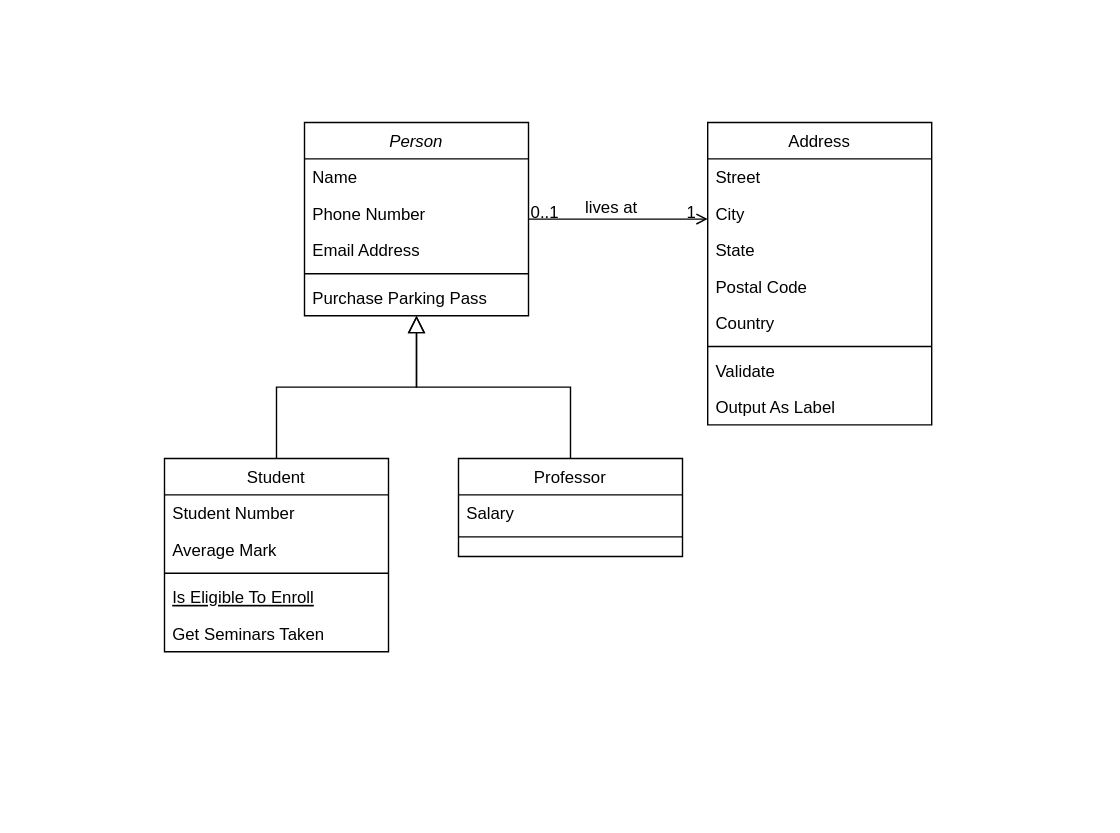
Before: Untitled Diagram.drawio in Matlhatse95kk/E-Commerce-Database-Design-Assignment, a draw.io diagram. Source tidied: cells renumbered, new cells numbered last; positions are measured from the earlier drawing's top-left corner, leaving out a move shared by most shapes. Both pictures are drawn from the tidied source at 140%, with x=0, y=0 at pixel (164, 122).
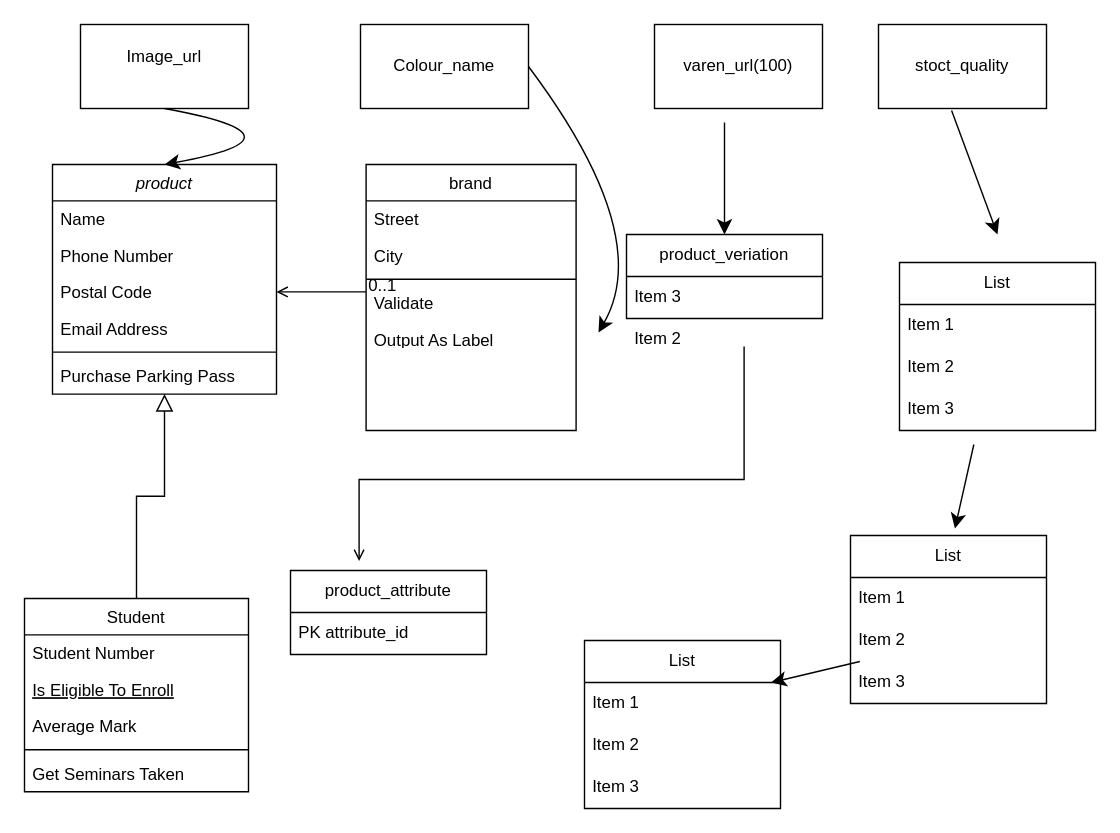
Above is the later version.

Diff of the diagram source:
```diff
@@
-    <mxCell id="2" value="Person" style="swimlane;fontStyle=2;align=center;verticalAlign=top;horizontal=1;startSize=26;rounded=0;shadow=0;strokeWidth=1;" parent="1" vertex="1">
-      <mxGeometry x="100" width="160" height="138" as="geometry" />
+    <mxCell id="2" value="product" style="swimlane;fontStyle=2;align=center;verticalAlign=top;horizontal=1;startSize=26;rounded=0;shadow=0;strokeWidth=1;" parent="1" vertex="1">
+      <mxGeometry x="-80" y="30" width="160" height="164" as="geometry" />
     </mxCell>
@@
+    <mxCell id="23" value="Postal Code" style="text;align=left;verticalAlign=top;spacingLeft=4;spacingRight=4;overflow=hidden;points=[[0,0.5],[1,0.5]];portConstraint=eastwest;rounded=0;shadow=0;html=0;" parent="2" vertex="1">
+      <mxGeometry y="78" width="160" height="26" as="geometry" />
+    </mxCell>
     <mxCell id="5" value="Email Address" style="text;align=left;verticalAlign=top;spacingLeft=4;spacingRight=4;overflow=hidden;rounded=0;shadow=0;html=0;" parent="2" vertex="1">
-      <mxGeometry y="78" width="160" height="26" as="geometry" />
+      <mxGeometry y="104" width="160" height="26" as="geometry" />
     </mxCell>
     <mxCell id="6" style="line;html=1;strokeWidth=1;align=left;verticalAlign=middle;spacingTop=-1;spacingLeft=3;spacingRight=3;labelPosition=right;" parent="2" vertex="1">
-      <mxGeometry y="104" width="160" height="8" as="geometry" />
+      <mxGeometry y="130" width="160" height="8" as="geometry" />
     </mxCell>
     <mxCell id="7" value="Purchase Parking Pass" style="text;align=left;verticalAlign=top;spacingLeft=4;spacingRight=4;overflow=hidden;" parent="2" vertex="1">
-      <mxGeometry y="112" width="160" height="26" as="geometry" />
+      <mxGeometry y="138" width="160" height="26" as="geometry" />
     </mxCell>
     <mxCell id="8" value="Student" style="swimlane;fontStyle=0;align=center;verticalAlign=top;horizontal=1;startSize=26;rounded=0;shadow=0;strokeWidth=1;" parent="1" vertex="1">
-      <mxGeometry y="240" width="160" height="138" as="geometry" />
+      <mxGeometry x="-100" y="340" width="160" height="138" as="geometry" />
     </mxCell>
@@
+    <mxCell id="12" value="Is Eligible To Enroll" style="text;align=left;verticalAlign=top;spacingLeft=4;spacingRight=4;overflow=hidden;fontStyle=4;" parent="8" vertex="1">
+      <mxGeometry y="52" width="160" height="26" as="geometry" />
+    </mxCell>
     <mxCell id="10" value="Average Mark" style="text;align=left;verticalAlign=top;spacingLeft=4;spacingRight=4;overflow=hidden;rounded=0;shadow=0;html=0;" parent="8" vertex="1">
-      <mxGeometry y="52" width="160" height="26" as="geometry" />
+      <mxGeometry y="78" width="160" height="26" as="geometry" />
     </mxCell>
     <mxCell id="11" style="line;html=1;strokeWidth=1;align=left;verticalAlign=middle;spacingTop=-1;spacingLeft=3;spacingRight=3;labelPosition=right;" parent="8" vertex="1">
-      <mxGeometry y="78" width="160" height="8" as="geometry" />
+      <mxGeometry y="104" width="160" height="8" as="geometry" />
     </mxCell>
-    <mxCell id="12" value="Is Eligible To Enroll" style="text;align=left;verticalAlign=top;spacingLeft=4;spacingRight=4;overflow=hidden;fontStyle=4;" parent="8" vertex="1">
-      <mxGeometry y="86" width="160" height="26" as="geometry" />
-    </mxCell>
@@
-    <mxCell id="15" value="Professor" style="swimlane;fontStyle=0;align=center;verticalAlign=top;horizontal=1;startSize=26;rounded=0;shadow=0;strokeWidth=1;" parent="1" vertex="1">
-      <mxGeometry x="210" y="240" width="160" height="70" as="geometry" />
-    </mxCell>
-    <mxCell id="16" value="Salary" style="text;align=left;verticalAlign=top;spacingLeft=4;spacingRight=4;overflow=hidden;" parent="15" vertex="1">
-      <mxGeometry y="26" width="160" height="26" as="geometry" />
-    </mxCell>
-    <mxCell id="17" style="line;html=1;strokeWidth=1;align=left;verticalAlign=middle;spacingTop=-1;spacingLeft=3;spacingRight=3;labelPosition=right;" parent="15" vertex="1">
-      <mxGeometry y="52" width="160" height="8" as="geometry" />
-    </mxCell>
-    <mxCell id="18" style="endArrow=block;endSize=10;endFill=0;shadow=0;strokeWidth=1;rounded=0;curved=0;edgeStyle=elbowEdgeStyle;elbow=vertical;" parent="1" edge="1" source="15" target="2">
-      <mxGeometry relative="1" as="geometry" />
-    </mxCell>
-    <mxCell id="19" value="Address" style="swimlane;fontStyle=0;align=center;verticalAlign=top;horizontal=1;startSize=26;rounded=0;shadow=0;strokeWidth=1;" parent="1" vertex="1">
-      <mxGeometry x="388" width="160" height="216" as="geometry" />
+    <mxCell id="19" value="brand" style="swimlane;fontStyle=0;align=center;verticalAlign=top;horizontal=1;startSize=26;rounded=0;shadow=0;strokeWidth=1;" parent="1" vertex="1">
+      <mxGeometry x="144" y="30" width="150" height="190" as="geometry" />
     </mxCell>
     <mxCell id="20" value="Street" style="text;align=left;verticalAlign=top;spacingLeft=4;spacingRight=4;overflow=hidden;" parent="19" vertex="1">
-      <mxGeometry y="26" width="160" height="26" as="geometry" />
+      <mxGeometry y="26" width="150" height="26" as="geometry" />
     </mxCell>
     <mxCell id="21" value="City" style="text;align=left;verticalAlign=top;spacingLeft=4;spacingRight=4;overflow=hidden;rounded=0;shadow=0;html=0;" parent="19" vertex="1">
-      <mxGeometry y="52" width="160" height="26" as="geometry" />
+      <mxGeometry y="52" width="150" height="26" as="geometry" />
     </mxCell>
-    <mxCell id="22" value="State" style="text;align=left;verticalAlign=top;spacingLeft=4;spacingRight=4;overflow=hidden;rounded=0;shadow=0;html=0;" parent="19" vertex="1">
-      <mxGeometry y="78" width="160" height="26" as="geometry" />
-    </mxCell>
-    <mxCell id="23" value="Postal Code" style="text;align=left;verticalAlign=top;spacingLeft=4;spacingRight=4;overflow=hidden;points=[[0,0.5],[1,0.5]];portConstraint=eastwest;rounded=0;shadow=0;html=0;" parent="19" vertex="1">
-      <mxGeometry y="104" width="160" height="26" as="geometry" />
-    </mxCell>
-    <mxCell id="24" value="Country" style="text;align=left;verticalAlign=top;spacingLeft=4;spacingRight=4;overflow=hidden;rounded=0;shadow=0;html=0;" parent="19" vertex="1">
-      <mxGeometry y="130" width="160" height="26" as="geometry" />
-    </mxCell>
     <mxCell id="25" style="line;html=1;strokeWidth=1;align=left;verticalAlign=middle;spacingTop=-1;spacingLeft=3;spacingRight=3;labelPosition=right;" parent="19" vertex="1">
-      <mxGeometry y="156" width="160" height="8" as="geometry" />
+      <mxGeometry y="78" width="150" height="8" as="geometry" />
     </mxCell>
     <mxCell id="26" value="Validate" style="text;align=left;verticalAlign=top;spacingLeft=4;spacingRight=4;overflow=hidden;" parent="19" vertex="1">
-      <mxGeometry y="164" width="160" height="26" as="geometry" />
+      <mxGeometry y="86" width="150" height="26" as="geometry" />
     </mxCell>
     <mxCell id="27" value="Output As Label" style="text;align=left;verticalAlign=top;spacingLeft=4;spacingRight=4;overflow=hidden;" parent="19" vertex="1">
-      <mxGeometry y="190" width="160" height="26" as="geometry" />
+      <mxGeometry y="112" width="150" height="14" as="geometry" />
     </mxCell>
-    <mxCell id="28" style="endArrow=open;shadow=0;strokeWidth=1;rounded=0;curved=0;endFill=1;edgeStyle=elbowEdgeStyle;elbow=vertical;" parent="1" edge="1" source="2" target="19">
+    <mxCell id="28" style="endArrow=open;shadow=0;strokeWidth=1;rounded=0;curved=0;endFill=1;edgeStyle=elbowEdgeStyle;elbow=vertical;entryX=0.369;entryY=0.063;entryDx=0;entryDy=0;entryPerimeter=0;" parent="1" edge="1">
       <mxGeometry x="0.5" y="41" relative="1" as="geometry">
+        <mxPoint x="414" y="160" as="sourcePoint" />
+        <mxPoint x="139" y="313.2" as="targetPoint" />
+        <Array as="points">
+          <mxPoint x="364" y="255" />
+        </Array>
         <mxPoint x="-40" y="32" as="offset" />
       </mxGeometry>
     </mxCell>
+    <mxCell id="32" style="edgeStyle=none;curved=1;rounded=0;jettySize=auto;html=1;fontSize=12;startSize=8;endSize=8;" parent="1" edge="1" source="57" target="43">
+      <mxGeometry relative="1" as="geometry" />
+    </mxCell>
+    <mxCell id="33" value="varen_url(100)" style="rounded=0;whiteSpace=wrap;html=1;" parent="1" vertex="1">
+      <mxGeometry x="350" y="-70" width="120" height="60" as="geometry" />
+    </mxCell>
+    <mxCell id="34" value="Colour_name" style="rounded=0;whiteSpace=wrap;html=1;" parent="1" vertex="1">
+      <mxGeometry x="140" y="-70" width="120" height="60" as="geometry" />
+    </mxCell>
+    <mxCell id="35" value="Image_url&lt;div&gt;&lt;br&gt;&lt;/div&gt;" style="rounded=0;whiteSpace=wrap;html=1;" parent="1" vertex="1">
+      <mxGeometry x="-60" y="-70" width="120" height="60" as="geometry" />
+    </mxCell>
+    <mxCell id="36" value="stoct_quality" style="whiteSpace=wrap;html=1;" parent="1" vertex="1">
+      <mxGeometry x="510" y="-70" width="120" height="60" as="geometry" />
+    </mxCell>
+    <mxCell id="37" style="edgeStyle=none;jettySize=auto;html=1;rounded=0;fontSize=12;startSize=8;endSize=8;curved=1;entryX=0.5;entryY=0;entryDx=0;entryDy=0;exitX=0.5;exitY=1;exitDx=0;exitDy=0;" parent="1" edge="1" source="35" target="2">
+      <mxGeometry relative="1" as="geometry">
+        <Array as="points">
+          <mxPoint x="110" y="10" />
+        </Array>
+      </mxGeometry>
+    </mxCell>
+    <mxCell id="38" style="endArrow=open;shadow=0;strokeWidth=1;rounded=0;curved=0;endFill=1;edgeStyle=elbowEdgeStyle;elbow=vertical;entryX=1;entryY=0.5;entryDx=0;entryDy=0;" parent="1" edge="1" target="23">
+      <mxGeometry x="0.5" y="41" relative="1" as="geometry">
+        <mxPoint x="144" y="121" as="sourcePoint" />
+        <mxPoint x="-40" y="32" as="offset" />
+      </mxGeometry>
+    </mxCell>
-    <mxCell id="29" value="0..1" style="align=left;verticalAlign=bottom;labelBackgroundColor=none;fontSize=12;" parent="28" vertex="1">
+    <mxCell id="29" value="0..1" style="align=left;verticalAlign=bottom;labelBackgroundColor=none;fontSize=12;" parent="38" vertex="1">
       <mxGeometry x="-1" relative="1" as="geometry">
         <mxPoint y="4" as="offset" />
       </mxGeometry>
     </mxCell>
-    <mxCell id="30" value="1" style="align=right;verticalAlign=bottom;labelBackgroundColor=none;fontSize=12;" parent="28" vertex="1">
-      <mxGeometry x="1" relative="1" as="geometry">
-        <mxPoint x="-7" y="4" as="offset" />
-      </mxGeometry>
-    </mxCell>
-    <mxCell id="31" value="lives at" style="text;html=1;align=center;verticalAlign=middle;labelBackgroundColor=none;rounded=0;shadow=0;strokeWidth=1;fontSize=12;" parent="28" vertex="1">
-      <mxGeometry x="0.5" y="49" relative="1" as="geometry">
-        <mxPoint x="-38" y="40" as="offset" />
-      </mxGeometry>
-    </mxCell>
+    <mxCell id="39" style="edgeStyle=none;curved=1;rounded=0;orthogonalLoop=1;jettySize=auto;html=1;fontSize=12;startSize=8;endSize=8;" parent="1" edge="1">
+      <mxGeometry relative="1" as="geometry">
+        <mxPoint x="578.1" y="230" as="sourcePoint" />
+        <mxPoint x="564.6" y="290" as="targetPoint" />
+      </mxGeometry>
+    </mxCell>
+    <mxCell id="40" style="edgeStyle=none;jettySize=auto;html=1;rounded=0;fontSize=12;startSize=8;endSize=8;curved=1;exitX=1;exitY=0.5;exitDx=0;exitDy=0;" parent="1" edge="1" source="34">
+      <mxGeometry relative="1" as="geometry">
+        <mxPoint x="310" y="150" as="targetPoint" />
+        <Array as="points">
+          <mxPoint x="350" y="80" />
+        </Array>
+      </mxGeometry>
+    </mxCell>
+    <mxCell id="41" style="edgeStyle=none;jettySize=auto;html=1;rounded=0;fontSize=12;startSize=8;endSize=8;curved=1;exitX=0.435;exitY=1.023;exitDx=0;exitDy=0;exitPerimeter=0;entryX=0.5;entryY=0;entryDx=0;entryDy=0;" parent="1" edge="1" source="36">
+      <mxGeometry relative="1" as="geometry">
+        <mxPoint x="595" y="80" as="targetPoint" />
+      </mxGeometry>
+    </mxCell>
+    <mxCell id="42" value="product_veriation" style="swimlane;fontStyle=0;horizontal=1;startSize=30;whiteSpace=wrap;html=1;" parent="1" vertex="1">
+      <mxGeometry x="330" y="80" width="140" height="60" as="geometry" />
+    </mxCell>
+    <mxCell id="43" value="Item 3" style="text;strokeColor=none;fillColor=none;align=left;verticalAlign=middle;spacingLeft=4;spacingRight=4;overflow=hidden;points=[[0,0.5],[1,0.5]];portConstraint=eastwest;whiteSpace=wrap;html=1;" parent="42" vertex="1">
+      <mxGeometry y="30" width="140" height="30" as="geometry" />
+    </mxCell>
+    <mxCell id="44" style="edgeStyle=none;curved=1;rounded=0;jettySize=auto;html=1;fontSize=12;startSize=8;endSize=8;entryX=0.5;entryY=0;entryDx=0;entryDy=0;" parent="42" edge="1" target="42">
+      <mxGeometry relative="1" as="geometry">
+        <mxPoint x="70" y="-80" as="sourcePoint" />
+      </mxGeometry>
+    </mxCell>
+    <mxCell id="45" value="List" style="swimlane;fontStyle=0;horizontal=1;startSize=30;whiteSpace=wrap;html=1;" parent="1" vertex="1">
+      <mxGeometry x="525" y="100" width="140" height="120" as="geometry" />
+    </mxCell>
+    <mxCell id="46" value="Item 1" style="text;strokeColor=none;fillColor=none;align=left;verticalAlign=middle;spacingLeft=4;spacingRight=4;overflow=hidden;whiteSpace=wrap;html=1;" parent="45" vertex="1">
+      <mxGeometry y="30" width="140" height="30" as="geometry" />
+    </mxCell>
+    <mxCell id="47" value="Item 2" style="text;strokeColor=none;fillColor=none;align=left;verticalAlign=middle;spacingLeft=4;spacingRight=4;overflow=hidden;whiteSpace=wrap;html=1;" parent="45" vertex="1">
+      <mxGeometry y="60" width="140" height="30" as="geometry" />
+    </mxCell>
+    <mxCell id="48" value="Item 3" style="text;strokeColor=none;fillColor=none;align=left;verticalAlign=middle;spacingLeft=4;spacingRight=4;overflow=hidden;whiteSpace=wrap;html=1;" parent="45" vertex="1">
+      <mxGeometry y="90" width="140" height="30" as="geometry" />
+    </mxCell>
+    <mxCell id="49" value="List" style="swimlane;fontStyle=0;horizontal=1;startSize=30;whiteSpace=wrap;html=1;" parent="1" vertex="1">
+      <mxGeometry x="490" y="295" width="140" height="120" as="geometry" />
+    </mxCell>
+    <mxCell id="50" value="Item 1" style="text;strokeColor=none;fillColor=none;align=left;verticalAlign=middle;spacingLeft=4;spacingRight=4;overflow=hidden;whiteSpace=wrap;html=1;" parent="49" vertex="1">
+      <mxGeometry y="30" width="140" height="30" as="geometry" />
+    </mxCell>
+    <mxCell id="51" value="Item 2" style="text;strokeColor=none;fillColor=none;align=left;verticalAlign=middle;spacingLeft=4;spacingRight=4;overflow=hidden;points=[[0,0.5],[1,0.5]];portConstraint=eastwest;whiteSpace=wrap;html=1;" parent="49" vertex="1">
+      <mxGeometry y="60" width="140" height="30" as="geometry" />
+    </mxCell>
+    <mxCell id="52" value="Item 3" style="text;strokeColor=none;fillColor=none;align=left;verticalAlign=middle;spacingLeft=4;spacingRight=4;overflow=hidden;whiteSpace=wrap;html=1;" parent="49" vertex="1">
+      <mxGeometry y="90" width="140" height="30" as="geometry" />
+    </mxCell>
+    <mxCell id="53" value="List" style="swimlane;fontStyle=0;horizontal=1;startSize=30;whiteSpace=wrap;html=1;" parent="1" vertex="1">
+      <mxGeometry x="300" y="370" width="140" height="120" as="geometry" />
+    </mxCell>
+    <mxCell id="54" value="Item 1" style="text;strokeColor=none;fillColor=none;align=left;verticalAlign=middle;spacingLeft=4;spacingRight=4;overflow=hidden;points=[[0,0.5],[1,0.5]];portConstraint=eastwest;whiteSpace=wrap;html=1;" parent="53" vertex="1">
+      <mxGeometry y="30" width="140" height="30" as="geometry" />
+    </mxCell>
+    <mxCell id="55" value="Item 2" style="text;strokeColor=none;fillColor=none;align=left;verticalAlign=middle;spacingLeft=4;spacingRight=4;overflow=hidden;whiteSpace=wrap;html=1;" parent="53" vertex="1">
+      <mxGeometry y="60" width="140" height="30" as="geometry" />
+    </mxCell>
+    <mxCell id="56" value="Item 3" style="text;strokeColor=none;fillColor=none;align=left;verticalAlign=middle;spacingLeft=4;spacingRight=4;overflow=hidden;whiteSpace=wrap;html=1;" parent="53" vertex="1">
+      <mxGeometry y="90" width="140" height="30" as="geometry" />
+    </mxCell>
+    <mxCell id="57" value="Item 2" style="text;strokeColor=none;fillColor=none;align=left;verticalAlign=middle;spacingLeft=4;spacingRight=4;overflow=hidden;points=[[0,0.5],[1,0.5]];portConstraint=eastwest;whiteSpace=wrap;html=1;" parent="1" vertex="1">
+      <mxGeometry x="330" y="140" width="140" height="30" as="geometry" />
+    </mxCell>
+    <mxCell id="58" style="edgeStyle=none;curved=1;rounded=0;jettySize=auto;html=1;fontSize=12;startSize=8;endSize=8;" parent="1" edge="1" source="51" target="54">
+      <mxGeometry relative="1" as="geometry" />
+    </mxCell>
+    <mxCell id="59" value="product_attribute" style="swimlane;fontStyle=0;horizontal=1;startSize=30;whiteSpace=wrap;html=1;" parent="1" vertex="1">
+      <mxGeometry x="90" y="320" width="140" height="60" as="geometry" />
+    </mxCell>
+    <mxCell id="60" value="PK attribute_id" style="text;strokeColor=none;fillColor=none;align=left;verticalAlign=middle;spacingLeft=4;spacingRight=4;overflow=hidden;whiteSpace=wrap;html=1;" parent="1" vertex="1">
+      <mxGeometry x="90" y="350" width="140" height="30" as="geometry" />
+    </mxCell>
```
